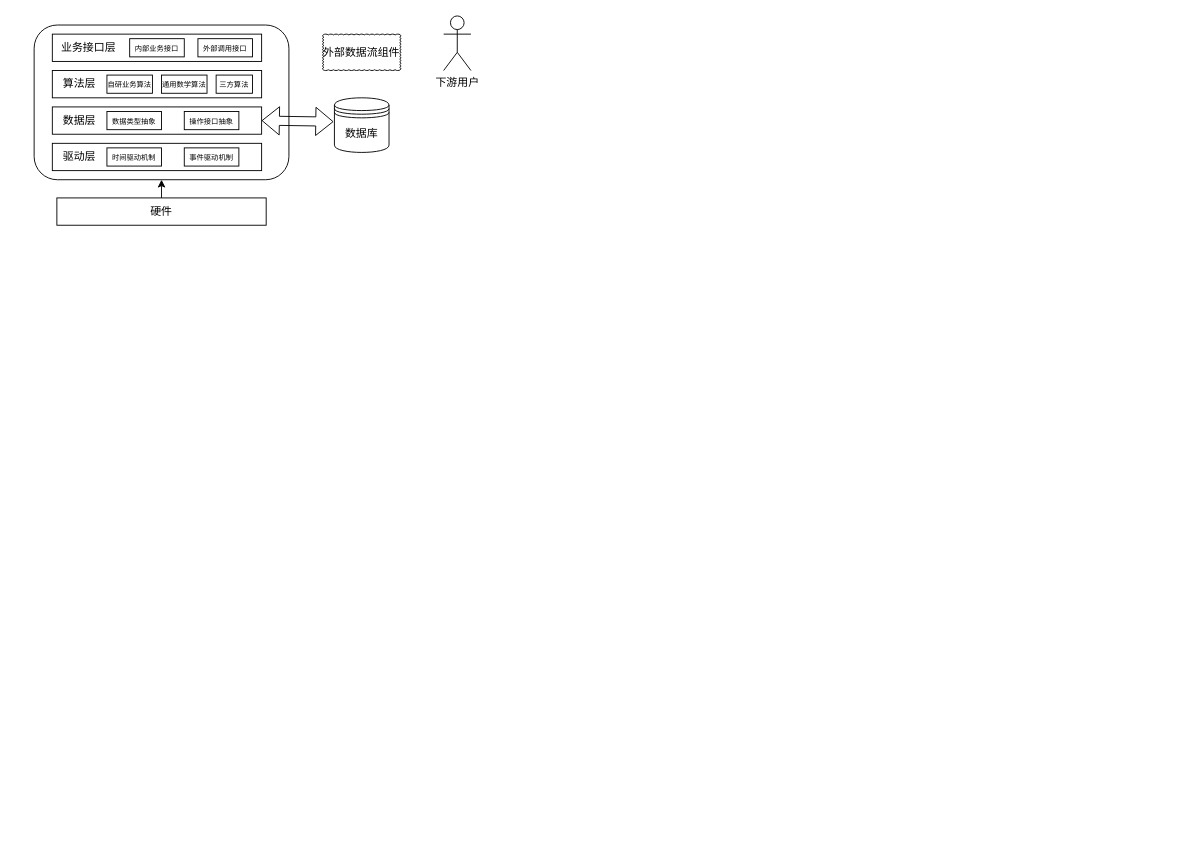
Earlier version of the draw.io diagram drawio/服务端架构.drawio (zhaolingxi/blog_res). Source tidied: cells renumbered, new cells numbered last; positions are measured from the earlier drawing's top-left corner, leaving out a move shared by most shapes. Both pictures are drawn from the tidied source at 91%, with x=0, y=0 at pixel (34, 15).
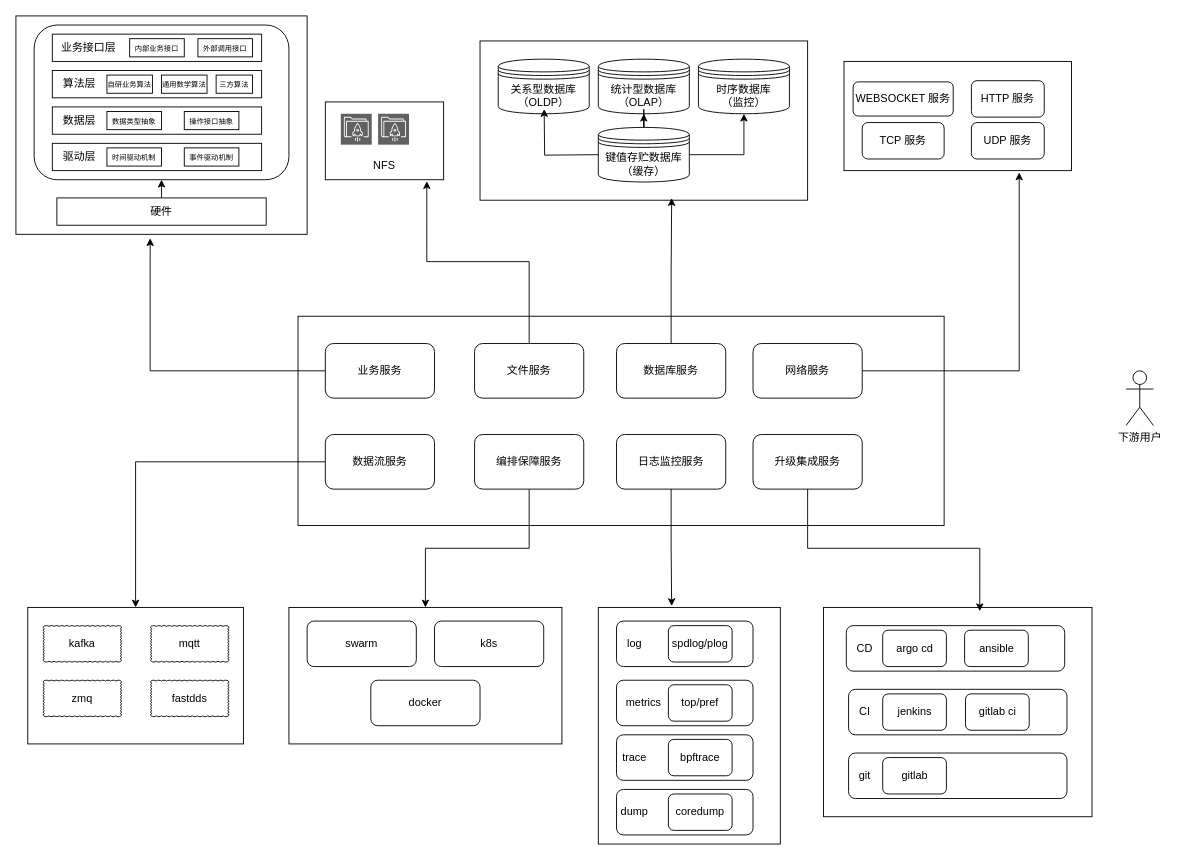
After the change.

The change refers to these unchanged cells:
```xml
<mxCell id="6" style="rounded=0;whiteSpace=wrap;html=1;" parent="1" vertex="1">
  <mxGeometry x="20" y="100" width="230" height="30" as="geometry" />
</mxCell>
```

What changed in the source:
```diff
@@
+    <mxCell id="26" style="rounded=0;whiteSpace=wrap;html=1;" parent="1" vertex="1">
+      <mxGeometry x="867.5" y="650" width="295" height="230" as="geometry" />
+    </mxCell>
+    <mxCell id="27" style="rounded=0;whiteSpace=wrap;html=1;" parent="1" vertex="1">
+      <mxGeometry x="620" y="650" width="200" height="260" as="geometry" />
+    </mxCell>
+    <mxCell id="28" style="rounded=0;whiteSpace=wrap;html=1;" parent="1" vertex="1">
+      <mxGeometry x="280" y="650" width="300" height="150" as="geometry" />
+    </mxCell>
+    <mxCell id="29" style="rounded=0;whiteSpace=wrap;html=1;" parent="1" vertex="1">
+      <mxGeometry x="-7" y="650" width="237" height="150" as="geometry" />
+    </mxCell>
+    <mxCell id="30" style="rounded=0;whiteSpace=wrap;html=1;" parent="1" vertex="1">
+      <mxGeometry x="320" y="94.5" width="130" height="85.5" as="geometry" />
+    </mxCell>
+    <mxCell id="31" style="rounded=0;whiteSpace=wrap;html=1;" parent="1" vertex="1">
+      <mxGeometry x="-20" width="320" height="240" as="geometry" />
+    </mxCell>
+    <mxCell id="32" style="rounded=0;whiteSpace=wrap;html=1;" parent="1" vertex="1">
+      <mxGeometry x="490" y="27.5" width="360" height="175" as="geometry" />
+    </mxCell>
@@
-    <mxCell id="8" style="shape=flexArrow;endArrow=classic;startArrow=classic;html=1;rounded=0;entryX=0;entryY=0;entryDx=0;entryDy=26.25;entryPerimeter=0;exitX=1;exitY=0.5;exitDx=0;exitDy=0;" parent="1" edge="1" source="6">
-      <mxGeometry relative="1" as="geometry">
-        <mxPoint x="329" y="116.2" as="targetPoint" />
-      </mxGeometry>
-    </mxCell>
@@
-    <mxCell id="23" value="数据库" style="shape=datastore;whiteSpace=wrap;html=1;" parent="1" vertex="1">
-      <mxGeometry x="330" y="90" width="60" height="60" as="geometry" />
+    <mxCell id="23" value="统计型数据库（OLAP）" style="shape=datastore;whiteSpace=wrap;html=1;" parent="1" vertex="1">
+      <mxGeometry x="620" y="47.5" width="100" height="60" as="geometry" />
     </mxCell>
-    <mxCell id="24" value="外部数据流组件" style="whiteSpace=wrap;html=1;shape=mxgraph.basic.cloud_rect;" parent="1" vertex="1">
-      <mxGeometry x="317" y="20" width="86" height="40" as="geometry" />
+    <mxCell id="24" value="kafka" style="whiteSpace=wrap;html=1;shape=mxgraph.basic.cloud_rect;" parent="1" vertex="1">
+      <mxGeometry x="10" y="670" width="86" height="40" as="geometry" />
     </mxCell>
+    <mxCell id="33" style="rounded=0;whiteSpace=wrap;html=1;" parent="1" vertex="1">
+      <mxGeometry x="290" y="330" width="710" height="230" as="geometry" />
+    </mxCell>
+    <mxCell id="34" value="业务服务" style="rounded=1;whiteSpace=wrap;html=1;" parent="1" vertex="1">
+      <mxGeometry x="320" y="360" width="120" height="60" as="geometry" />
+    </mxCell>
+    <mxCell id="35" value="文件服务" style="rounded=1;whiteSpace=wrap;html=1;" parent="1" vertex="1">
+      <mxGeometry x="484" y="360" width="120" height="60" as="geometry" />
+    </mxCell>
+    <mxCell id="36" value="数据库服务" style="rounded=1;whiteSpace=wrap;html=1;" parent="1" vertex="1">
+      <mxGeometry x="640" y="360" width="120" height="60" as="geometry" />
+    </mxCell>
+    <mxCell id="37" style="edgeStyle=orthogonalEdgeStyle;rounded=0;jettySize=auto;html=1;entryX=0.5;entryY=0;entryDx=0;entryDy=0;" parent="1" edge="1" source="38" target="29">
+      <mxGeometry relative="1" as="geometry" />
+    </mxCell>
+    <mxCell id="38" value="数据流服务" style="rounded=1;whiteSpace=wrap;html=1;" parent="1" vertex="1">
+      <mxGeometry x="320" y="460" width="120" height="60" as="geometry" />
+    </mxCell>
+    <mxCell id="39" value="网络服务" style="rounded=1;whiteSpace=wrap;html=1;" parent="1" vertex="1">
+      <mxGeometry x="790" y="360" width="120" height="60" as="geometry" />
+    </mxCell>
+    <mxCell id="40" style="edgeStyle=orthogonalEdgeStyle;rounded=0;jettySize=auto;html=1;" parent="1" edge="1" source="41" target="28">
+      <mxGeometry relative="1" as="geometry" />
+    </mxCell>
+    <mxCell id="41" value="编排保障服务" style="rounded=1;whiteSpace=wrap;html=1;" parent="1" vertex="1">
+      <mxGeometry x="484" y="460" width="120" height="60" as="geometry" />
+    </mxCell>
+    <mxCell id="42" value="日志监控服务" style="rounded=1;whiteSpace=wrap;html=1;" parent="1" vertex="1">
+      <mxGeometry x="640" y="460" width="120" height="60" as="geometry" />
+    </mxCell>
+    <mxCell id="43" value="升级集成服务" style="rounded=1;whiteSpace=wrap;html=1;" parent="1" vertex="1">
+      <mxGeometry x="790" y="460" width="120" height="60" as="geometry" />
+    </mxCell>
     <mxCell id="25" value="下游用户" style="shape=umlActor;verticalLabelPosition=bottom;verticalAlign=top;html=1;" parent="1" vertex="1">
-      <mxGeometry x="450" width="30" height="60" as="geometry" />
+      <mxGeometry x="1200" y="390" width="30" height="60" as="geometry" />
     </mxCell>
+    <mxCell id="44" value="关系型数据库&lt;div&gt;（OLDP）&lt;/div&gt;" style="shape=datastore;whiteSpace=wrap;html=1;" parent="1" vertex="1">
+      <mxGeometry x="510" y="47.5" width="100" height="60" as="geometry" />
+    </mxCell>
+    <mxCell id="45" style="edgeStyle=orthogonalEdgeStyle;rounded=0;jettySize=auto;html=1;" parent="1" edge="1" source="47" target="23">
+      <mxGeometry relative="1" as="geometry" />
+    </mxCell>
+    <mxCell id="46" style="edgeStyle=orthogonalEdgeStyle;rounded=0;jettySize=auto;html=1;" parent="1" edge="1" source="47" target="48">
+      <mxGeometry relative="1" as="geometry" />
+    </mxCell>
+    <mxCell id="47" value="键值存贮数据库&lt;div&gt;（缓存）&lt;/div&gt;" style="shape=datastore;whiteSpace=wrap;html=1;" parent="1" vertex="1">
+      <mxGeometry x="620" y="122.5" width="100" height="60" as="geometry" />
+    </mxCell>
+    <mxCell id="48" value="时序数据库&lt;div&gt;（监控）&lt;/div&gt;" style="shape=datastore;whiteSpace=wrap;html=1;" parent="1" vertex="1">
+      <mxGeometry x="730" y="47.5" width="100" height="60" as="geometry" />
+    </mxCell>
+    <mxCell id="49" style="sketch=0;fontColor=#232F3E;fillColor=light-dark(#626060, #61820b);strokeColor=#ffffff;dashed=0;verticalLabelPosition=bottom;verticalAlign=top;align=center;html=1;fontSize=12;fontStyle=0;shape=mxgraph.aws4.resourceIcon;resIcon=mxgraph.aws4.file_cache;" parent="1" vertex="1">
+      <mxGeometry x="337" y="107.5" width="34" height="34" as="geometry" />
+    </mxCell>
+    <mxCell id="50" style="sketch=0;fontColor=#232F3E;fillColor=light-dark(#626060, #61820b);strokeColor=#ffffff;dashed=0;verticalLabelPosition=bottom;verticalAlign=top;align=center;html=1;fontSize=12;fontStyle=0;shape=mxgraph.aws4.resourceIcon;resIcon=mxgraph.aws4.file_cache;" parent="1" vertex="1">
+      <mxGeometry x="378" y="107.5" width="34" height="34" as="geometry" />
+    </mxCell>
+    <mxCell id="51" value="NFS" style="text;html=1;whiteSpace=wrap;strokeColor=none;fillColor=none;align=center;verticalAlign=middle;rounded=0;" parent="1" vertex="1">
+      <mxGeometry x="355" y="150" width="60" height="30" as="geometry" />
+    </mxCell>
+    <mxCell id="52" style="rounded=0;whiteSpace=wrap;html=1;" parent="1" vertex="1">
+      <mxGeometry x="890" y="50" width="250" height="120" as="geometry" />
+    </mxCell>
+    <mxCell id="53" value="TCP 服务" style="rounded=1;whiteSpace=wrap;html=1;" parent="1" vertex="1">
+      <mxGeometry x="910" y="117.2" width="90" height="40" as="geometry" />
+    </mxCell>
+    <mxCell id="54" value="UDP 服务" style="rounded=1;whiteSpace=wrap;html=1;" parent="1" vertex="1">
+      <mxGeometry x="1030" y="117.2" width="80" height="40" as="geometry" />
+    </mxCell>
+    <mxCell id="55" value="WEBSOCKET 服务" style="rounded=1;whiteSpace=wrap;html=1;" parent="1" vertex="1">
+      <mxGeometry x="900" y="72.5" width="110" height="37.5" as="geometry" />
+    </mxCell>
+    <mxCell id="56" value="HTTP 服务" style="rounded=1;whiteSpace=wrap;html=1;" parent="1" vertex="1">
+      <mxGeometry x="1030" y="71.2" width="80" height="40" as="geometry" />
+    </mxCell>
+    <mxCell id="57" value="mqtt" style="whiteSpace=wrap;html=1;shape=mxgraph.basic.cloud_rect;" parent="1" vertex="1">
+      <mxGeometry x="128" y="670" width="86" height="40" as="geometry" />
+    </mxCell>
+    <mxCell id="58" value="zmq" style="whiteSpace=wrap;html=1;shape=mxgraph.basic.cloud_rect;" parent="1" vertex="1">
+      <mxGeometry x="10" y="730" width="86" height="40" as="geometry" />
+    </mxCell>
+    <mxCell id="59" value="fastdds" style="whiteSpace=wrap;html=1;shape=mxgraph.basic.cloud_rect;" parent="1" vertex="1">
+      <mxGeometry x="128" y="730" width="86" height="40" as="geometry" />
+    </mxCell>
+    <mxCell id="60" value="docker" style="rounded=1;whiteSpace=wrap;html=1;" parent="1" vertex="1">
+      <mxGeometry x="370" y="730" width="120" height="50" as="geometry" />
+    </mxCell>
+    <mxCell id="61" value="swarm" style="rounded=1;whiteSpace=wrap;html=1;" parent="1" vertex="1">
+      <mxGeometry x="300" y="665" width="120" height="50" as="geometry" />
+    </mxCell>
+    <mxCell id="62" value="k8s" style="rounded=1;whiteSpace=wrap;html=1;" parent="1" vertex="1">
+      <mxGeometry x="440" y="665" width="120" height="50" as="geometry" />
+    </mxCell>
+    <mxCell id="63" style="rounded=1;whiteSpace=wrap;html=1;" parent="1" vertex="1">
+      <mxGeometry x="640" y="665" width="150" height="50" as="geometry" />
+    </mxCell>
+    <mxCell id="64" style="rounded=1;whiteSpace=wrap;html=1;" parent="1" vertex="1">
+      <mxGeometry x="640" y="850" width="150" height="50" as="geometry" />
+    </mxCell>
+    <mxCell id="65" style="rounded=1;whiteSpace=wrap;html=1;" parent="1" vertex="1">
+      <mxGeometry x="640" y="730" width="150" height="50" as="geometry" />
+    </mxCell>
+    <mxCell id="66" style="rounded=1;whiteSpace=wrap;html=1;" parent="1" vertex="1">
+      <mxGeometry x="640" y="790" width="150" height="50" as="geometry" />
+    </mxCell>
+    <mxCell id="67" value="metrics" style="text;html=1;whiteSpace=wrap;strokeColor=none;fillColor=none;align=center;verticalAlign=middle;rounded=0;" parent="1" vertex="1">
+      <mxGeometry x="640" y="740" width="60" height="30" as="geometry" />
+    </mxCell>
+    <mxCell id="68" value="trace" style="text;html=1;whiteSpace=wrap;strokeColor=none;fillColor=none;align=center;verticalAlign=middle;rounded=0;" parent="1" vertex="1">
+      <mxGeometry x="630" y="800" width="60" height="30" as="geometry" />
+    </mxCell>
+    <mxCell id="69" value="log" style="text;html=1;whiteSpace=wrap;strokeColor=none;fillColor=none;align=center;verticalAlign=middle;rounded=0;" parent="1" vertex="1">
+      <mxGeometry x="630" y="675" width="60" height="30" as="geometry" />
+    </mxCell>
+    <mxCell id="70" value="dump" style="text;html=1;whiteSpace=wrap;strokeColor=none;fillColor=none;align=center;verticalAlign=middle;rounded=0;" parent="1" vertex="1">
+      <mxGeometry x="630" y="860" width="60" height="30" as="geometry" />
+    </mxCell>
+    <mxCell id="71" style="rounded=1;whiteSpace=wrap;html=1;" parent="1" vertex="1">
+      <mxGeometry x="895" y="810" width="240" height="50" as="geometry" />
+    </mxCell>
+    <mxCell id="72" style="rounded=1;whiteSpace=wrap;html=1;" parent="1" vertex="1">
+      <mxGeometry x="895" y="740" width="240" height="50" as="geometry" />
+    </mxCell>
+    <mxCell id="73" style="rounded=1;whiteSpace=wrap;html=1;fontStyle=1;" parent="1" vertex="1">
+      <mxGeometry x="892.5" y="670" width="240" height="50" as="geometry" />
+    </mxCell>
+    <mxCell id="74" value="git" style="text;html=1;whiteSpace=wrap;strokeColor=none;fillColor=none;align=center;verticalAlign=middle;rounded=0;" parent="1" vertex="1">
+      <mxGeometry x="882.5" y="820" width="60" height="30" as="geometry" />
+    </mxCell>
+    <mxCell id="75" value="CI" style="text;html=1;whiteSpace=wrap;strokeColor=none;fillColor=none;align=center;verticalAlign=middle;rounded=0;" parent="1" vertex="1">
+      <mxGeometry x="882.5" y="750" width="60" height="30" as="geometry" />
+    </mxCell>
+    <mxCell id="76" value="CD" style="text;html=1;whiteSpace=wrap;strokeColor=none;fillColor=none;align=center;verticalAlign=middle;rounded=0;" parent="1" vertex="1">
+      <mxGeometry x="882.5" y="680" width="60" height="30" as="geometry" />
+    </mxCell>
+    <mxCell id="77" value="coredump" style="rounded=1;whiteSpace=wrap;html=1;" parent="1" vertex="1">
+      <mxGeometry x="697" y="855" width="70" height="40" as="geometry" />
+    </mxCell>
+    <mxCell id="78" value="spdlog/plog" style="rounded=1;whiteSpace=wrap;html=1;" parent="1" vertex="1">
+      <mxGeometry x="697" y="670" width="70" height="40" as="geometry" />
+    </mxCell>
+    <mxCell id="79" value="top/pref" style="rounded=1;whiteSpace=wrap;html=1;" parent="1" vertex="1">
+      <mxGeometry x="697" y="735" width="70" height="40" as="geometry" />
+    </mxCell>
+    <mxCell id="80" value="bpftrace" style="rounded=1;whiteSpace=wrap;html=1;" parent="1" vertex="1">
+      <mxGeometry x="697" y="795" width="70" height="40" as="geometry" />
+    </mxCell>
+    <mxCell id="81" value="gitlab" style="rounded=1;whiteSpace=wrap;html=1;" parent="1" vertex="1">
+      <mxGeometry x="932.5" y="815" width="70" height="40" as="geometry" />
+    </mxCell>
+    <mxCell id="82" value="jenkins" style="rounded=1;whiteSpace=wrap;html=1;" parent="1" vertex="1">
+      <mxGeometry x="932.5" y="745" width="70" height="40" as="geometry" />
+    </mxCell>
+    <mxCell id="83" value="gitlab ci" style="rounded=1;whiteSpace=wrap;html=1;" parent="1" vertex="1">
+      <mxGeometry x="1023.5" y="745" width="70" height="40" as="geometry" />
+    </mxCell>
+    <mxCell id="84" value="argo cd" style="rounded=1;whiteSpace=wrap;html=1;" parent="1" vertex="1">
+      <mxGeometry x="932.5" y="675" width="70" height="40" as="geometry" />
+    </mxCell>
+    <mxCell id="85" value="ansible" style="rounded=1;whiteSpace=wrap;html=1;" parent="1" vertex="1">
+      <mxGeometry x="1022.5" y="675" width="70" height="40" as="geometry" />
+    </mxCell>
+    <mxCell id="86" style="endArrow=classic;html=1;rounded=0;entryX=0.505;entryY=0.914;entryDx=0;entryDy=0;entryPerimeter=0;exitX=0;exitY=0.5;exitDx=0;exitDy=0;" parent="1" edge="1" source="47" target="44">
+      <mxGeometry relative="1" as="geometry">
+        <Array as="points">
+          <mxPoint x="561" y="153" />
+        </Array>
+      </mxGeometry>
+    </mxCell>
+    <mxCell id="87" style="rounded=0;jettySize=auto;html=1;entryX=0.461;entryY=1.018;entryDx=0;entryDy=0;entryPerimeter=0;edgeStyle=orthogonalEdgeStyle;" parent="1" edge="1" source="34" target="31">
+      <mxGeometry relative="1" as="geometry" />
+    </mxCell>
+    <mxCell id="88" style="edgeStyle=orthogonalEdgeStyle;rounded=0;jettySize=auto;html=1;entryX=0.858;entryY=1.019;entryDx=0;entryDy=0;entryPerimeter=0;exitX=0.5;exitY=0;exitDx=0;exitDy=0;" parent="1" edge="1" source="35" target="30">
+      <mxGeometry relative="1" as="geometry" />
+    </mxCell>
+    <mxCell id="89" style="edgeStyle=orthogonalEdgeStyle;rounded=0;jettySize=auto;html=1;entryX=0.585;entryY=0.987;entryDx=0;entryDy=0;entryPerimeter=0;" parent="1" edge="1" source="36" target="32">
+      <mxGeometry relative="1" as="geometry" />
+    </mxCell>
+    <mxCell id="90" style="edgeStyle=orthogonalEdgeStyle;rounded=0;jettySize=auto;html=1;exitX=1;exitY=0.5;exitDx=0;exitDy=0;entryX=0.77;entryY=1.017;entryDx=0;entryDy=0;entryPerimeter=0;" parent="1" edge="1" source="39" target="52">
+      <mxGeometry relative="1" as="geometry" />
+    </mxCell>
+    <mxCell id="91" style="edgeStyle=orthogonalEdgeStyle;rounded=0;jettySize=auto;html=1;entryX=0.403;entryY=-0.006;entryDx=0;entryDy=0;entryPerimeter=0;" parent="1" edge="1" source="42" target="27">
+      <mxGeometry relative="1" as="geometry" />
+    </mxCell>
+    <mxCell id="92" style="edgeStyle=orthogonalEdgeStyle;rounded=0;jettySize=auto;html=1;entryX=0.582;entryY=0.018;entryDx=0;entryDy=0;entryPerimeter=0;" parent="1" edge="1" source="43" target="26">
+      <mxGeometry relative="1" as="geometry" />
+    </mxCell>
```
